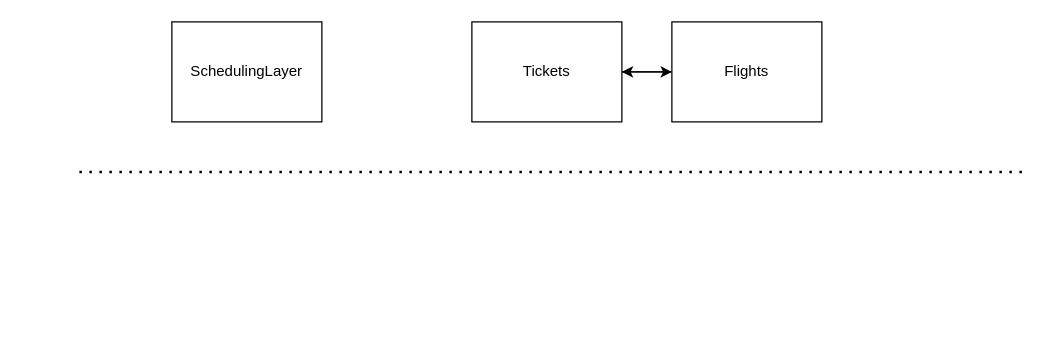
Before: page "SchedulingLayer" (4 of 7) of ERDiagram.drawio in kyle4036/DatabaseManagement2026Project1, a draw.io diagram. Source tidied: cells renumbered, new cells numbered last; positions are measured from the earlier drawing's top-left corner, leaving out a move shared by most shapes. Both pictures are drawn from the tidied source at 125%, with x=0, y=0 at pixel (71, 21).
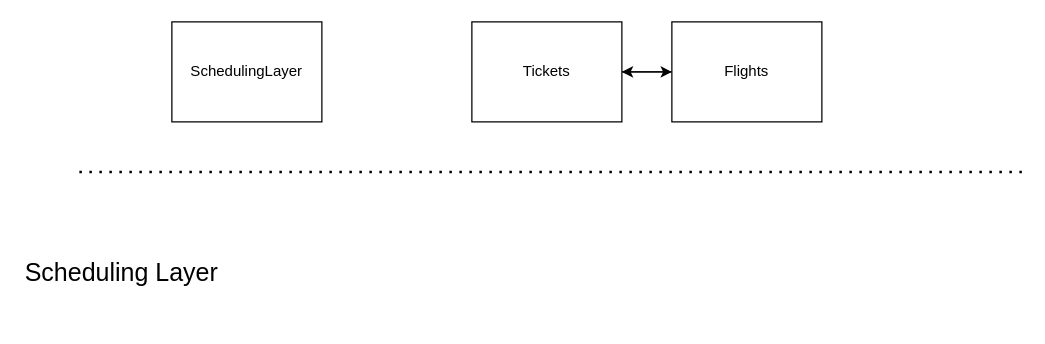
Above is the later version.

Change to the diagram source:
```diff
@@
 <mxGraphModel>
   <root>
     <mxCell id="0" />
     <mxCell id="1" parent="0" />
     <mxCell id="2" style="edgeStyle=orthogonalEdgeStyle;rounded=0;jettySize=auto;html=1;" parent="1" edge="1" source="3" target="5">
       <mxGeometry relative="1" as="geometry" />
     </mxCell>
     <mxCell id="3" value="Flights" style="whiteSpace=wrap;html=1;" parent="1" vertex="1">
       <mxGeometry x="480" width="120" height="80" as="geometry" />
     </mxCell>
     <mxCell id="4" style="edgeStyle=orthogonalEdgeStyle;rounded=0;jettySize=auto;html=1;" parent="1" edge="1" source="5" target="3">
       <mxGeometry relative="1" as="geometry" />
     </mxCell>
     <mxCell id="5" value="Tickets" style="whiteSpace=wrap;html=1;" parent="1" vertex="1">
       <mxGeometry x="320" width="120" height="80" as="geometry" />
     </mxCell>
     <mxCell id="6" value="SchedulingLayer" style="whiteSpace=wrap;html=1;" parent="1" vertex="1">
       <mxGeometry x="80" width="120" height="80" as="geometry" />
     </mxCell>
     <mxCell id="7" style="endArrow=none;dashed=1;html=1;dashPattern=1 3;strokeWidth=2;rounded=0;" parent="1" edge="1">
       <mxGeometry relative="1" as="geometry">
         <mxPoint x="760" y="120" as="sourcePoint" />
         <mxPoint y="120" as="targetPoint" />
       </mxGeometry>
     </mxCell>
+    <mxCell id="8" value="&lt;font style=&quot;font-size: 20px;&quot;&gt;Scheduling Layer&lt;/font&gt;" style="text;html=1;whiteSpace=wrap;strokeColor=none;fillColor=none;align=center;verticalAlign=middle;rounded=0;" parent="1" vertex="1">
+      <mxGeometry x="-40" y="160" width="160" height="80" as="geometry" />
+    </mxCell>
   </root>
 </mxGraphModel>
```
